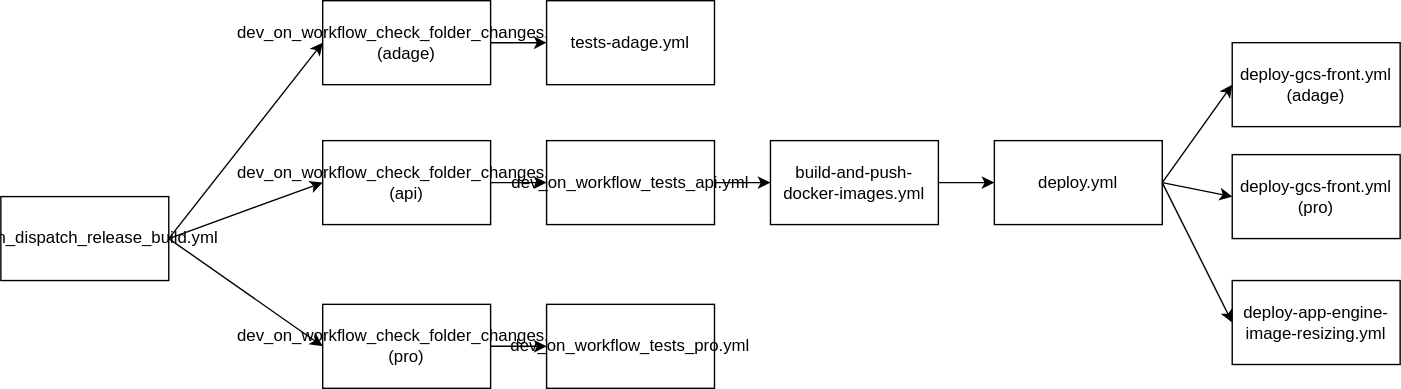
Above: .github/workflows/img/test-main.drawio.svg in pass-culture/pass-culture-main (draw.io), before the change. Source tidied: cells renumbered, new cells last; positions are measured from the earlier drawing's top-left corner, leaving out a move shared by most shapes.
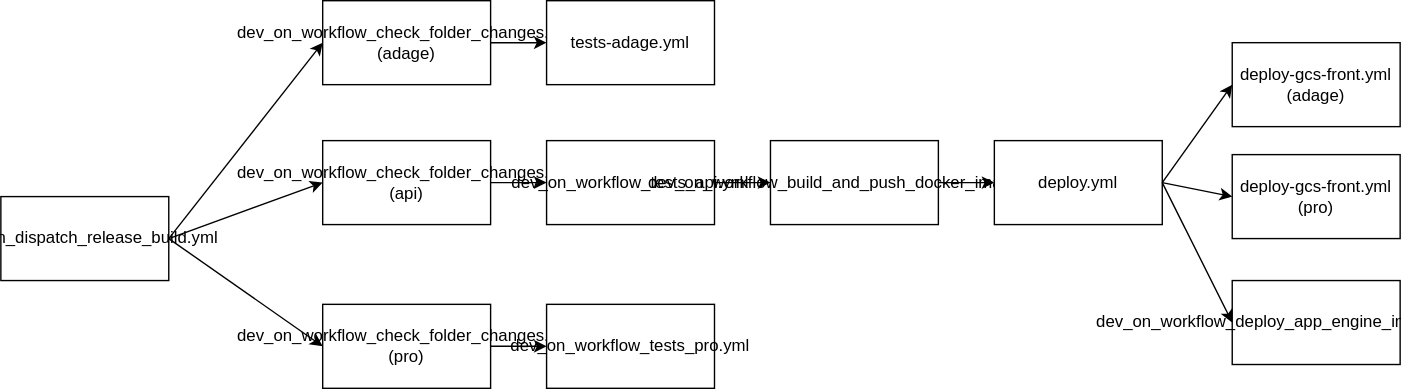
After the commit.

The edit, as a diff of the source:
```diff
@@ -23,7 +23,7 @@
     <mxCell id="8" value="dev_on_workflow_tests_pro.yml" style="whiteSpace=wrap;html=1;" parent="1" vertex="1">
       <mxGeometry x="390" y="217" width="120" height="60" as="geometry" />
     </mxCell>
-    <mxCell id="9" value="build-and-push-docker-images.yml" style="whiteSpace=wrap;html=1;" parent="1" vertex="1">
+    <mxCell id="9" value="dev_on_workflow_build_and_push_docker_images.yml" style="whiteSpace=wrap;html=1;" parent="1" vertex="1">
       <mxGeometry x="550" y="100" width="120" height="60" as="geometry" />
     </mxCell>
     <mxCell id="10" value="deploy.yml" style="whiteSpace=wrap;html=1;" parent="1" vertex="1">
@@ -35,7 +35,7 @@
     <mxCell id="12" value="deploy-gcs-front.yml&lt;br&gt;&lt;div&gt;(pro)&lt;/div&gt;" style="whiteSpace=wrap;html=1;" parent="1" vertex="1">
       <mxGeometry x="880" y="110" width="120" height="60" as="geometry" />
     </mxCell>
-    <mxCell id="13" value="deploy-app-engine-image-resizing.yml" style="whiteSpace=wrap;html=1;" parent="1" vertex="1">
+    <mxCell id="13" value="dev_on_workflow_deploy_app_engine_image_resizing.yml" style="whiteSpace=wrap;html=1;" parent="1" vertex="1">
       <mxGeometry x="880" y="200" width="120" height="60" as="geometry" />
     </mxCell>
     <mxCell id="14" style="endArrow=classic;html=1;rounded=0;exitX=1;exitY=0.5;exitDx=0;exitDy=0;entryX=0;entryY=0.5;entryDx=0;entryDy=0;" parent="1" edge="1" source="2" target="3">
```
